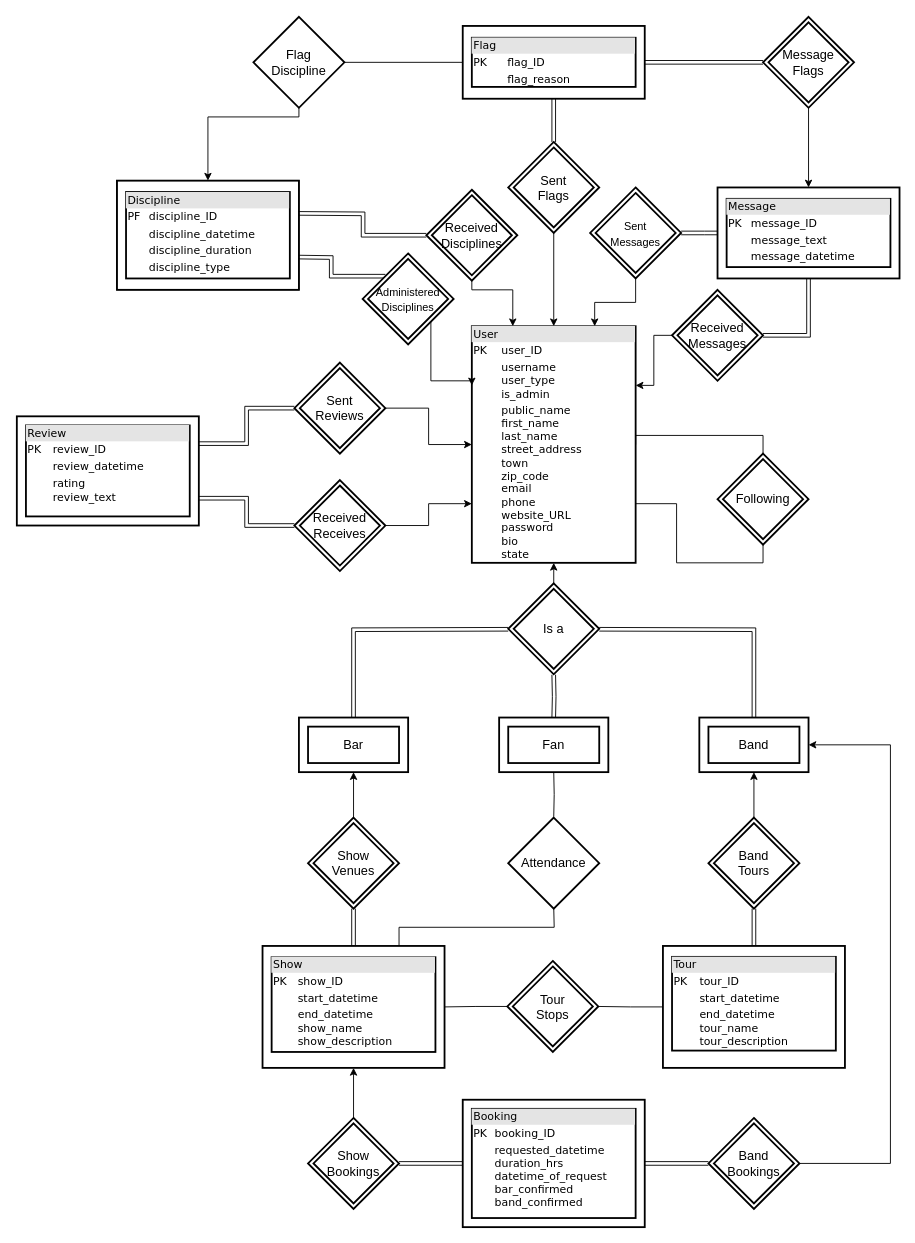
Above: Design Document/er_diagram.drawio in nrwhite88/csc499 (draw.io), before the change. Source tidied: cells renumbered, new cells numbered last; positions are measured from the earlier drawing's top-left corner, leaving out a move shared by most shapes. Both pictures are drawn from the tidied source at 91%, with x=0, y=0 at pixel (16, 16).
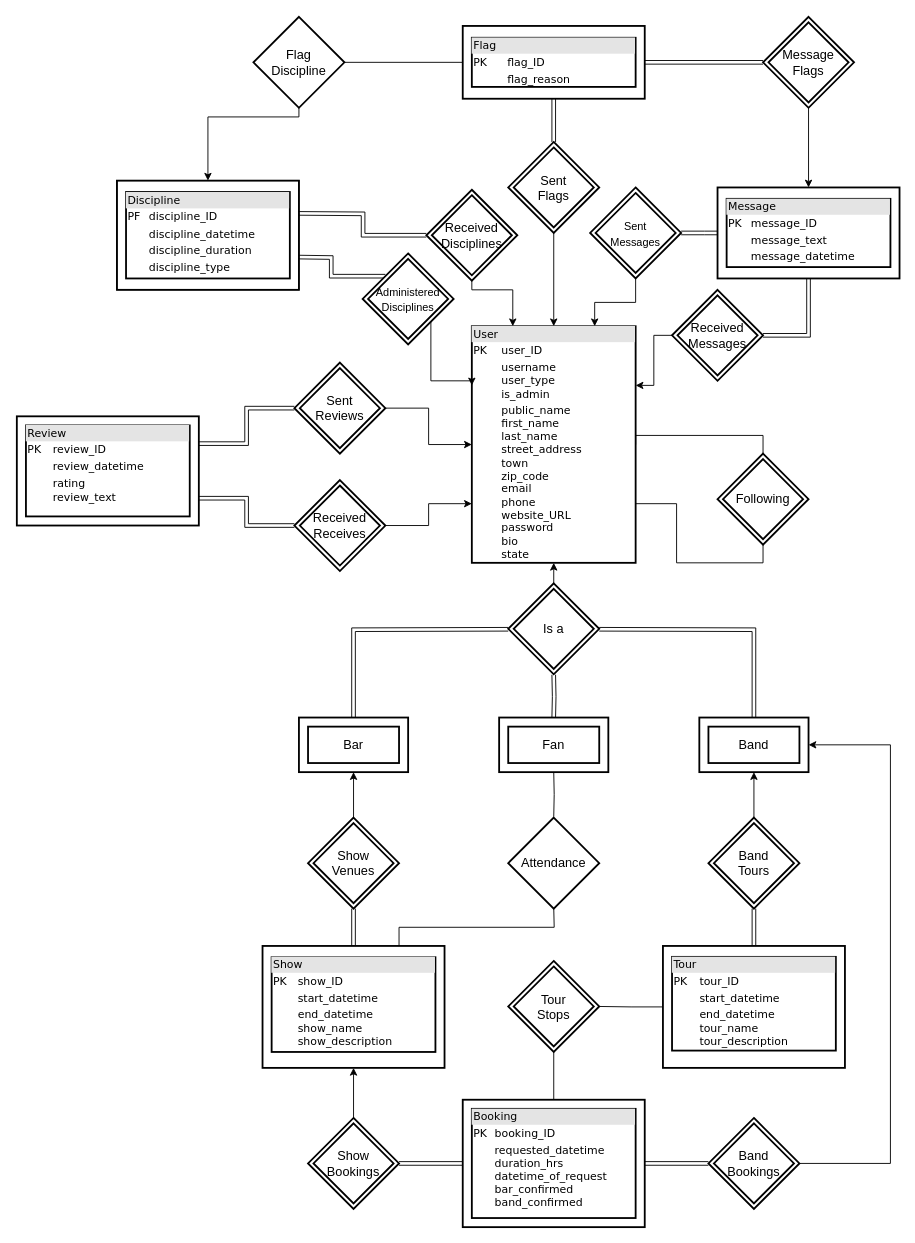
Above is the later version.

Unchanged cells that the change refers to:
```xml
<mxCell id="81" style="rounded=0;whiteSpace=wrap;html=1;shadow=0;glass=0;comic=0;strokeColor=#000000;strokeWidth=2;fillColor=none;" parent="80" vertex="1">
  <mxGeometry width="200" height="140" as="geometry" />
</mxCell>
<mxCell id="85" style="rounded=0;whiteSpace=wrap;html=1;shadow=0;glass=0;comic=0;strokeColor=#000000;strokeWidth=2;fillColor=none;" parent="84" vertex="1">
  <mxGeometry width="200" height="134" as="geometry" />
</mxCell>
```

The edit, as a diff of the source:
```diff
@@
-    <mxCell id="38" style="edgeStyle=orthogonalEdgeStyle;rounded=0;jettySize=auto;html=1;exitX=0;exitY=0.5;exitDx=0;exitDy=0;entryX=1;entryY=0.5;entryDx=0;entryDy=0;startArrow=none;startFill=0;endArrow=none;endFill=0;strokeColor=#000000;" parent="1" edge="1" source="39" target="85">
-      <mxGeometry relative="1" as="geometry" />
-    </mxCell>
     <mxCell id="39" value="Tour&lt;br&gt;Stops" style="shape=rhombus;double=1;strokeWidth=2;fontSize=17;perimeter=rhombusPerimeter;whiteSpace=wrap;html=1;align=center;fontSize=14;" parent="1" vertex="1">
-      <mxGeometry x="539" y="1037.5" width="100" height="100" as="geometry" />
+      <mxGeometry x="540" y="1037.5" width="100" height="100" as="geometry" />
     </mxCell>
@@
+    <mxCell id="90" style="edgeStyle=orthogonalEdgeStyle;rounded=0;jettySize=auto;html=1;exitX=0.5;exitY=0;exitDx=0;exitDy=0;entryX=0.5;entryY=1;entryDx=0;entryDy=0;endArrow=none;endFill=0;" parent="1" edge="1" source="81" target="39">
+      <mxGeometry relative="1" as="geometry" />
+    </mxCell>
```
